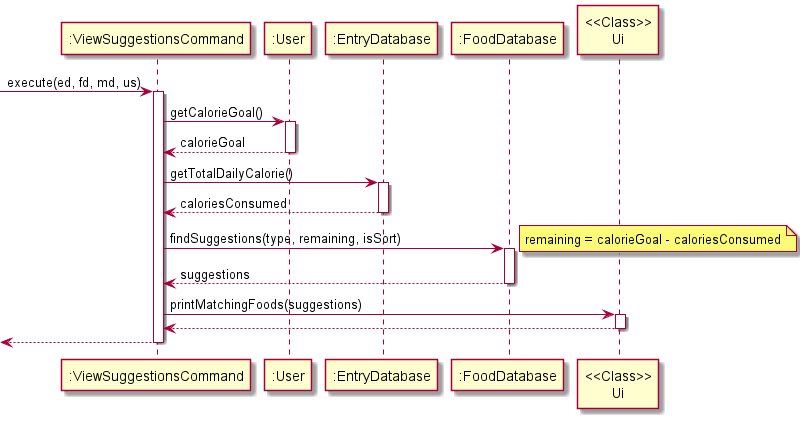
The PlantUML diagram docs/diagrams-DG/SuggestCommandSequence.png in praj-bellakka/tp, before a commit.
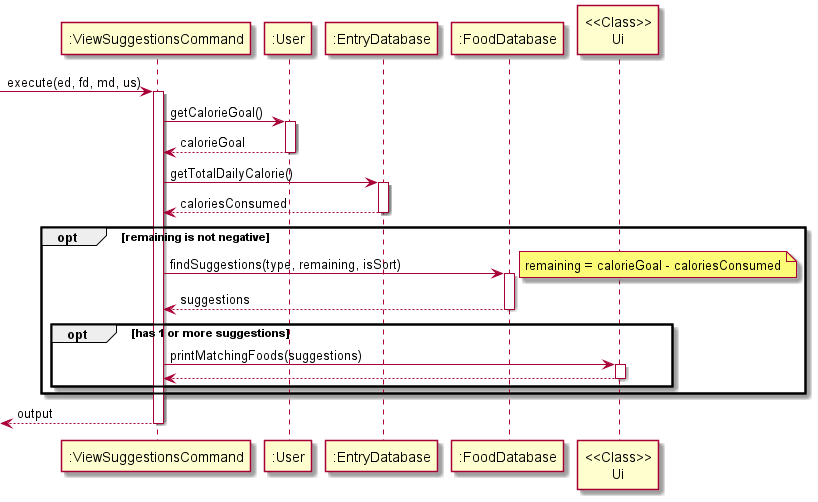
After the change.

Commit message:
Update sequence diagram

What changed in the source:
```diff
@@ -11,7 +11,7 @@
 ":ViewSuggestionsCommand" -> ":EntryDatabase" : getTotalDailyCalorie()
 activate ":EntryDatabase"
 return caloriesConsumed
-
+opt remaining is not negative
 ":ViewSuggestionsCommand" -> ":FoodDatabase" : findSuggestions(type, remaining, isSort)
 note right
 remaining = calorieGoal - caloriesConsumed
@@ -19,9 +19,12 @@
 activate ":FoodDatabase"
 return suggestions
 
+opt has 1 or more suggestions
 ":ViewSuggestionsCommand" -> "<<Class>>\nUi" : printMatchingFoods(suggestions)
 activate "<<Class>>\nUi"
 return
+end
 
-return
+end
+return output
 @enduml
```
